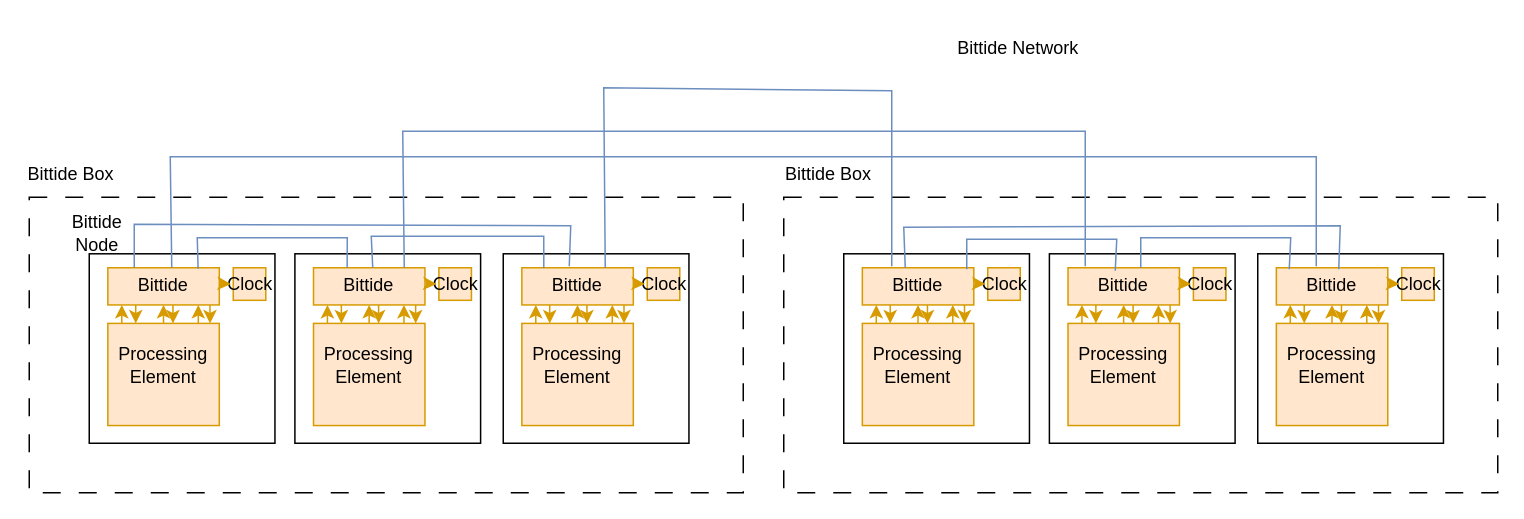
Above: page "Scatter unit" (1 of 3) of docs/diagrams/bittide-network-simple.drawio in bittide/bittide-hardware (draw.io), before the change. Source tidied: cells renumbered, new cells numbered last; positions are measured from the earlier drawing's top-left corner, leaving out a move shared by most shapes. Both pictures are drawn from the tidied source at 150%, with x=0, y=0 at pixel (26, 26).
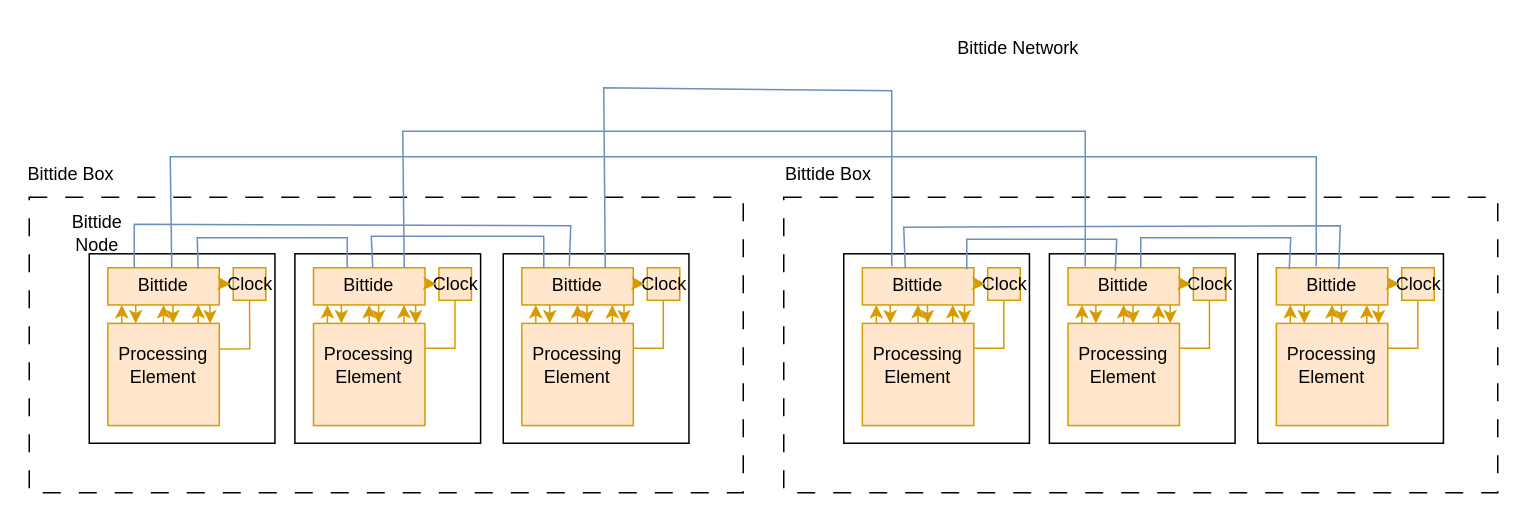
Above is the later version.

Unchanged cells that the change refers to:
```xml
<mxCell id="4" style="group;" parent="2" vertex="1">
  <mxGeometry x="34" y="135" width="131.9" height="143" as="geometry" />
</mxCell>
<mxCell id="8" style="rounded=0;whiteSpace=wrap;html=1;fillColor=#ffe6cc;strokeColor=#d79b00;" parent="4" vertex="1">
  <mxGeometry x="20.4" y="63.1" width="74.3" height="68.1" as="geometry" />
</mxCell>
<mxCell id="16" style="rounded=0;whiteSpace=wrap;html=1;fillColor=#ffe6cc;strokeColor=#d79b00;" parent="4" vertex="1">
  <mxGeometry x="104" y="26" width="21.7" height="21.7" as="geometry" />
</mxCell>
<mxCell id="20" style="group;" parent="2" vertex="1">
  <mxGeometry x="171.1" y="135" width="131.9" height="143" as="geometry" />
</mxCell>
<mxCell id="35" style="group;" parent="2" vertex="1">
  <mxGeometry x="310" y="135" width="131.9" height="143" as="geometry" />
</mxCell>
<mxCell id="52" style="group;" parent="2" vertex="1">
  <mxGeometry x="537" y="135" width="131.9" height="143" as="geometry" />
</mxCell>
<mxCell id="67" style="group;" parent="2" vertex="1">
  <mxGeometry x="674.1" y="135" width="131.9" height="143" as="geometry" />
</mxCell>
<mxCell id="82" style="group;" parent="2" vertex="1">
  <mxGeometry x="813" y="135" width="131.9" height="143" as="geometry" />
</mxCell>
```

What changed in the source:
```diff
@@
+    <mxCell id="109" style="endArrow=none;html=1;rounded=0;exitX=1;exitY=0.25;exitDx=0;exitDy=0;entryX=0.5;entryY=1;entryDx=0;entryDy=0;fillColor=#ffe6cc;strokeColor=#d79b00;" parent="4" edge="1" source="8" target="16">
+      <mxGeometry relative="1" as="geometry">
+        <Array as="points">
+          <mxPoint x="115" y="80" />
+        </Array>
+      </mxGeometry>
+    </mxCell>
@@
+    <mxCell id="110" style="endArrow=none;html=1;rounded=0;exitX=1;exitY=0.25;exitDx=0;exitDy=0;entryX=0.5;entryY=1;entryDx=0;entryDy=0;fillColor=#ffe6cc;strokeColor=#d79b00;" parent="20" edge="1">
+      <mxGeometry relative="1" as="geometry">
+        <mxPoint x="94.7" y="79.7" as="sourcePoint" />
+        <mxPoint x="114.7" y="47.7" as="targetPoint" />
+        <Array as="points">
+          <mxPoint x="114.7" y="79.7" />
+        </Array>
+      </mxGeometry>
+    </mxCell>
@@
+    <mxCell id="111" style="endArrow=none;html=1;rounded=0;exitX=1;exitY=0.25;exitDx=0;exitDy=0;entryX=0.5;entryY=1;entryDx=0;entryDy=0;fillColor=#ffe6cc;strokeColor=#d79b00;" parent="35" edge="1">
+      <mxGeometry relative="1" as="geometry">
+        <mxPoint x="94.7" y="79.7" as="sourcePoint" />
+        <mxPoint x="114.7" y="47.7" as="targetPoint" />
+        <Array as="points">
+          <mxPoint x="114.7" y="79.7" />
+        </Array>
+      </mxGeometry>
+    </mxCell>
@@
+    <mxCell id="112" style="endArrow=none;html=1;rounded=0;exitX=1;exitY=0.25;exitDx=0;exitDy=0;entryX=0.5;entryY=1;entryDx=0;entryDy=0;fillColor=#ffe6cc;strokeColor=#d79b00;" parent="52" edge="1">
+      <mxGeometry relative="1" as="geometry">
+        <mxPoint x="94.7" y="79.7" as="sourcePoint" />
+        <mxPoint x="114.7" y="47.7" as="targetPoint" />
+        <Array as="points">
+          <mxPoint x="114.7" y="79.7" />
+        </Array>
+      </mxGeometry>
+    </mxCell>
@@
+    <mxCell id="113" style="endArrow=none;html=1;rounded=0;exitX=1;exitY=0.25;exitDx=0;exitDy=0;entryX=0.5;entryY=1;entryDx=0;entryDy=0;fillColor=#ffe6cc;strokeColor=#d79b00;" parent="67" edge="1">
+      <mxGeometry relative="1" as="geometry">
+        <mxPoint x="94.7" y="79.7" as="sourcePoint" />
+        <mxPoint x="114.7" y="47.7" as="targetPoint" />
+        <Array as="points">
+          <mxPoint x="114.7" y="79.7" />
+        </Array>
+      </mxGeometry>
+    </mxCell>
@@
+    <mxCell id="114" style="endArrow=none;html=1;rounded=0;exitX=1;exitY=0.25;exitDx=0;exitDy=0;entryX=0.5;entryY=1;entryDx=0;entryDy=0;fillColor=#ffe6cc;strokeColor=#d79b00;" parent="82" edge="1">
+      <mxGeometry relative="1" as="geometry">
+        <mxPoint x="94.7" y="79.7" as="sourcePoint" />
+        <mxPoint x="114.7" y="47.7" as="targetPoint" />
+        <Array as="points">
+          <mxPoint x="114.7" y="79.7" />
+        </Array>
+      </mxGeometry>
+    </mxCell>
```
